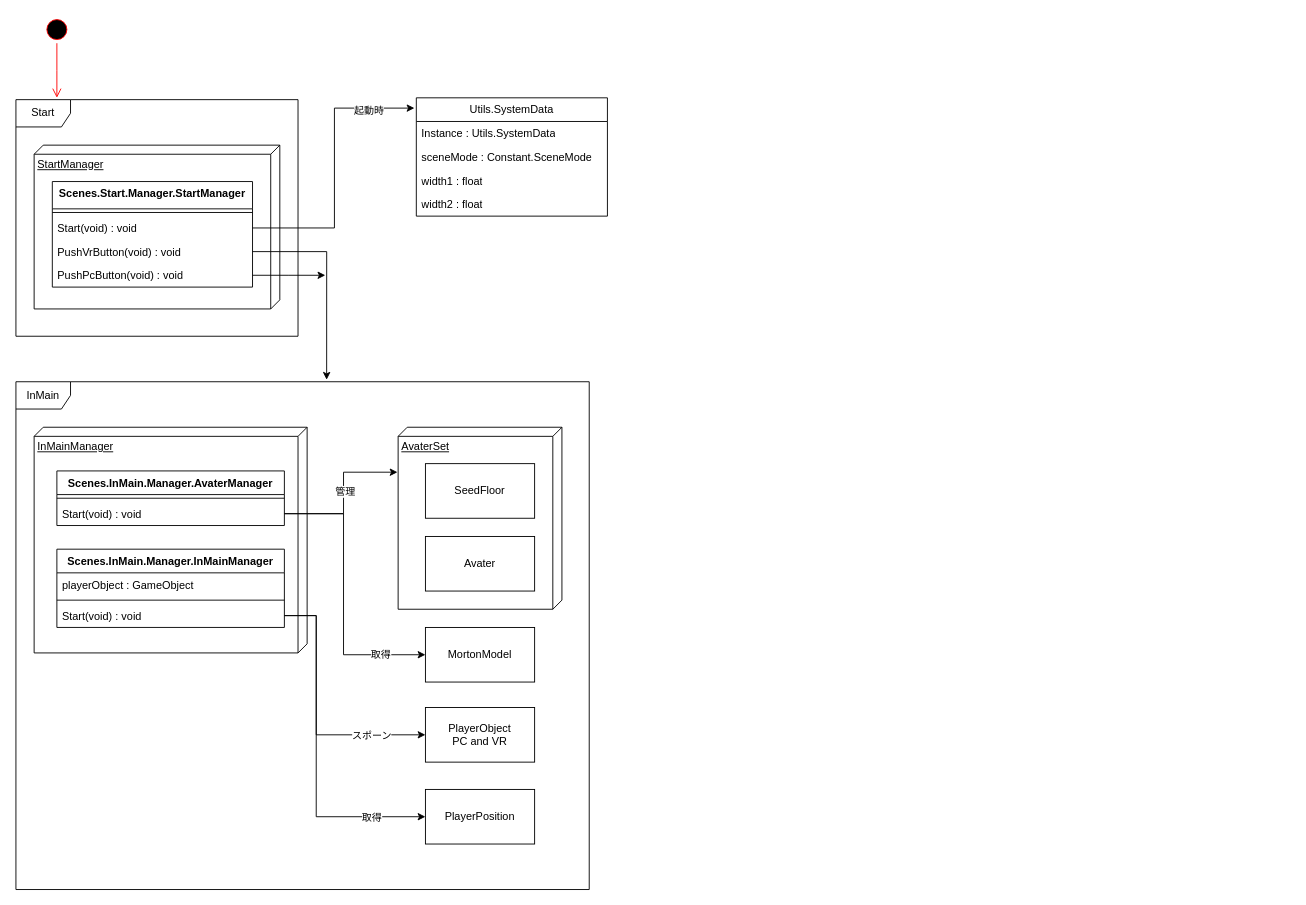
kobayashi1013/KITAKOU_VR keeps this draw.io diagram as UML/drawfile.drawio. Above is the earlier version. Source tidied: cells renumbered, new cells numbered last; positions are measured from the earlier drawing's top-left corner, leaving out a move shared by most shapes. Both pictures are drawn from the tidied source at 91%, with x=0, y=0 at pixel (15, 15).
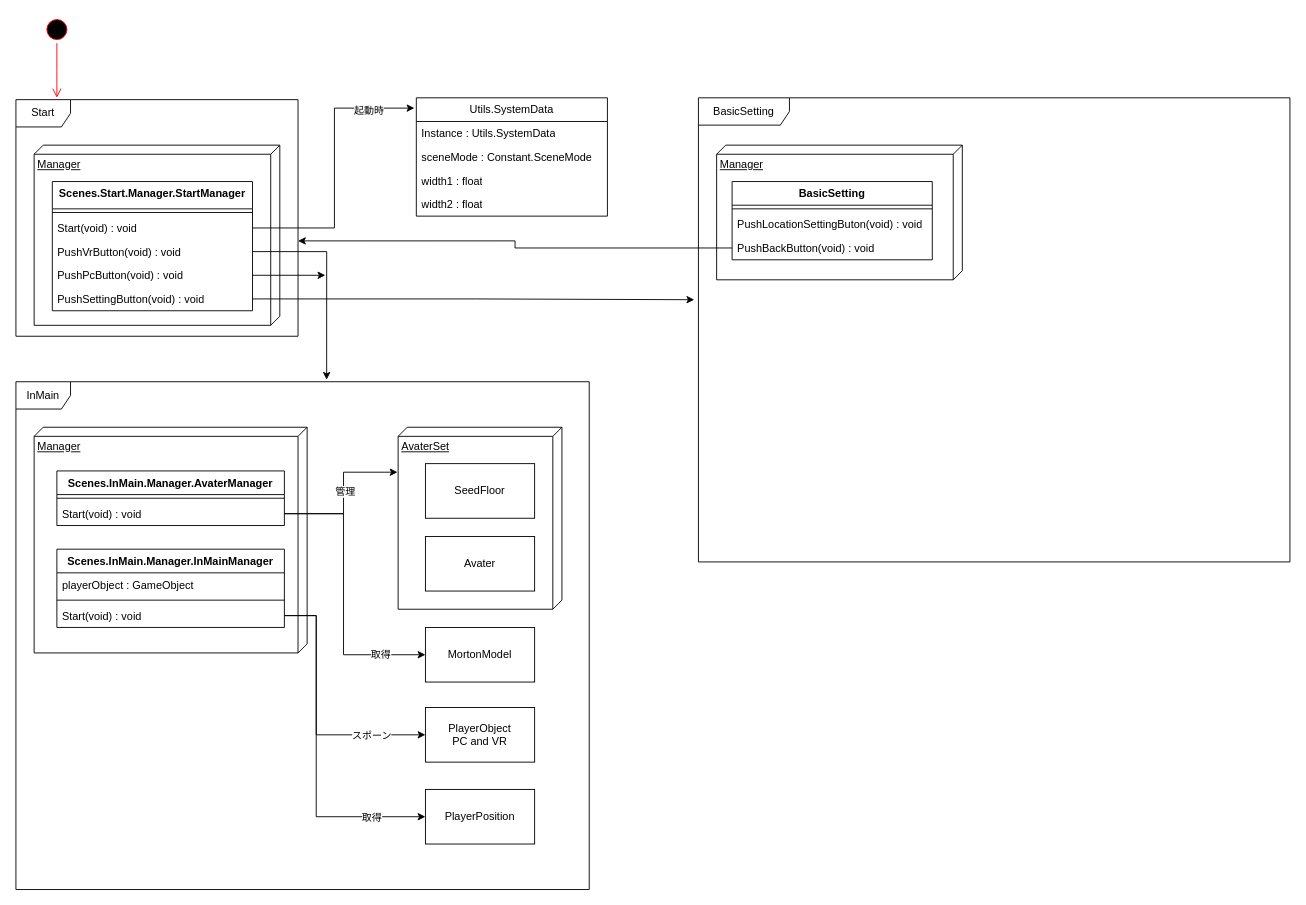
The same diagram, later.

The change refers to these unchanged cells:
```xml
<mxCell id="2" value="Start" style="shape=umlFrame;whiteSpace=wrap;html=1;" parent="1" vertex="1">
  <mxGeometry y="92" width="310" height="260" as="geometry" />
</mxCell>
```

What changed in the source:
```diff
@@
-    <mxCell id="3" value="StartManager" style="verticalAlign=top;align=left;spacingTop=8;spacingLeft=2;spacingRight=12;shape=cube;size=10;direction=south;fontStyle=4;html=1;whiteSpace=wrap;" parent="1" vertex="1">
-      <mxGeometry x="20" y="142" width="270" height="180" as="geometry" />
+    <mxCell id="3" value="Manager" style="verticalAlign=top;align=left;spacingTop=8;spacingLeft=2;spacingRight=12;shape=cube;size=10;direction=south;fontStyle=4;html=1;whiteSpace=wrap;" parent="1" vertex="1">
+      <mxGeometry x="20" y="142" width="270" height="198" as="geometry" />
     </mxCell>
     <mxCell id="4" value="Scenes.Start.Manager.&lt;span style=&quot;background-color: initial;&quot;&gt;StartManager&lt;/span&gt;" style="swimlane;fontStyle=1;align=center;verticalAlign=top;horizontal=1;startSize=30;whiteSpace=wrap;html=1;" parent="1" vertex="1">
-      <mxGeometry x="40" y="182" width="220" height="116" as="geometry" />
+      <mxGeometry x="40" y="182" width="220" height="142" as="geometry" />
     </mxCell>
@@
+    <mxCell id="44" value="PushSettingButton(void) : void" style="text;strokeColor=none;fillColor=none;align=left;verticalAlign=top;spacingLeft=4;spacingRight=4;overflow=hidden;points=[[0,0.5],[1,0.5]];portConstraint=eastwest;whiteSpace=wrap;html=1;" parent="4" vertex="1">
+      <mxGeometry y="116" width="220" height="26" as="geometry" />
+    </mxCell>
@@
-    <mxCell id="19" value="InMainManager" style="verticalAlign=top;align=left;spacingTop=8;spacingLeft=2;spacingRight=12;shape=cube;size=10;direction=south;fontStyle=4;html=1;whiteSpace=wrap;" parent="1" vertex="1">
+    <mxCell id="19" value="Manager" style="verticalAlign=top;align=left;spacingTop=8;spacingLeft=2;spacingRight=12;shape=cube;size=10;direction=south;fontStyle=4;html=1;whiteSpace=wrap;" parent="1" vertex="1">
       <mxGeometry x="20" y="452" width="300" height="248" as="geometry" />
     </mxCell>
@@
+    <mxCell id="45" value="BasicSetting" style="shape=umlFrame;whiteSpace=wrap;html=1;width=100;height=30;" parent="1" vertex="1">
+      <mxGeometry x="750" y="90" width="650" height="510" as="geometry" />
+    </mxCell>
+    <mxCell id="46" value="Manager" style="verticalAlign=top;align=left;spacingTop=8;spacingLeft=2;spacingRight=12;shape=cube;size=10;direction=south;fontStyle=4;html=1;whiteSpace=wrap;" parent="1" vertex="1">
+      <mxGeometry x="770" y="142" width="270" height="148" as="geometry" />
+    </mxCell>
+    <mxCell id="47" value="BasicSetting" style="swimlane;fontStyle=1;align=center;verticalAlign=top;horizontal=1;startSize=26;whiteSpace=wrap;html=1;" parent="1" vertex="1">
+      <mxGeometry x="787" y="182" width="220" height="86" as="geometry" />
+    </mxCell>
+    <mxCell id="48" style="line;strokeWidth=1;fillColor=none;align=left;verticalAlign=middle;spacingTop=-1;spacingLeft=3;spacingRight=3;labelPosition=right;strokeColor=inherit;" parent="47" vertex="1">
+      <mxGeometry y="26" width="220" height="8" as="geometry" />
+    </mxCell>
+    <mxCell id="49" value="PushLocationSettingButon(void) : void" style="text;strokeColor=none;fillColor=none;align=left;verticalAlign=top;spacingLeft=4;spacingRight=4;overflow=hidden;whiteSpace=wrap;html=1;" parent="47" vertex="1">
+      <mxGeometry y="34" width="220" height="26" as="geometry" />
+    </mxCell>
+    <mxCell id="50" value="PushBackButton(void) : void" style="text;strokeColor=none;fillColor=none;align=left;verticalAlign=top;spacingLeft=4;spacingRight=4;overflow=hidden;points=[[0,0.5],[1,0.5]];portConstraint=eastwest;whiteSpace=wrap;html=1;" parent="47" vertex="1">
+      <mxGeometry y="60" width="220" height="26" as="geometry" />
+    </mxCell>
+    <mxCell id="51" style="edgeStyle=orthogonalEdgeStyle;rounded=0;jettySize=auto;html=1;entryX=-0.007;entryY=0.435;entryDx=0;entryDy=0;entryPerimeter=0;" parent="1" edge="1" source="44" target="45">
+      <mxGeometry relative="1" as="geometry" />
+    </mxCell>
+    <mxCell id="52" style="edgeStyle=orthogonalEdgeStyle;rounded=0;jettySize=auto;html=1;entryX=1;entryY=0.597;entryDx=0;entryDy=0;entryPerimeter=0;" parent="1" edge="1" source="50" target="2">
+      <mxGeometry relative="1" as="geometry" />
+    </mxCell>
```
